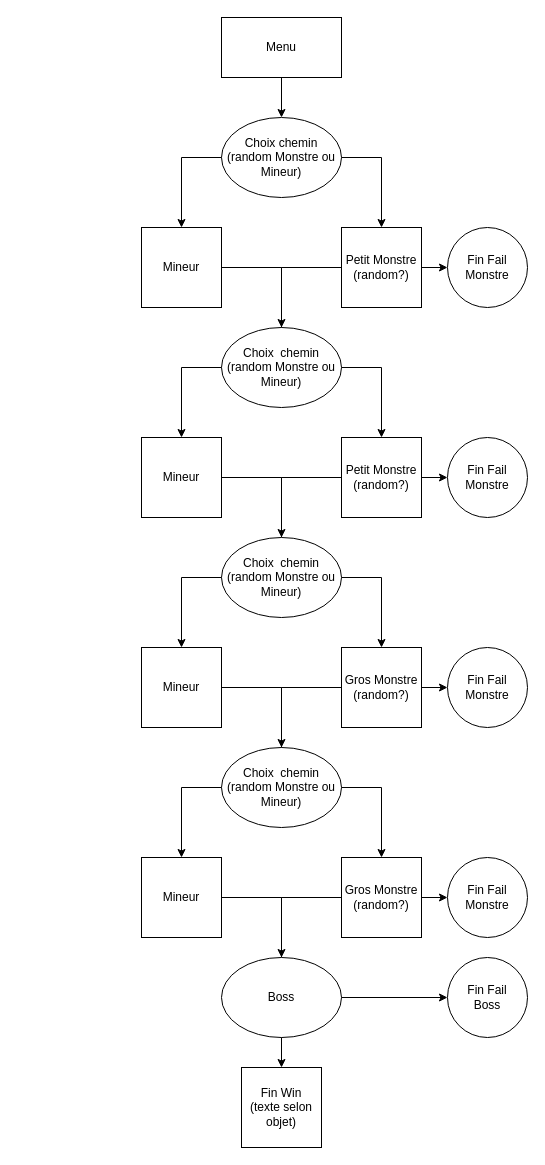
Hulgodoo/TheCave keeps this draw.io diagram as TheCave.drawio. Above is the earlier version. Source tidied: cells renumbered, new cells numbered last; positions are measured from the earlier drawing's top-left corner, leaving out a move shared by most shapes. Both pictures are drawn from the tidied source at 100%, with x=0, y=0 at pixel (141, 17).
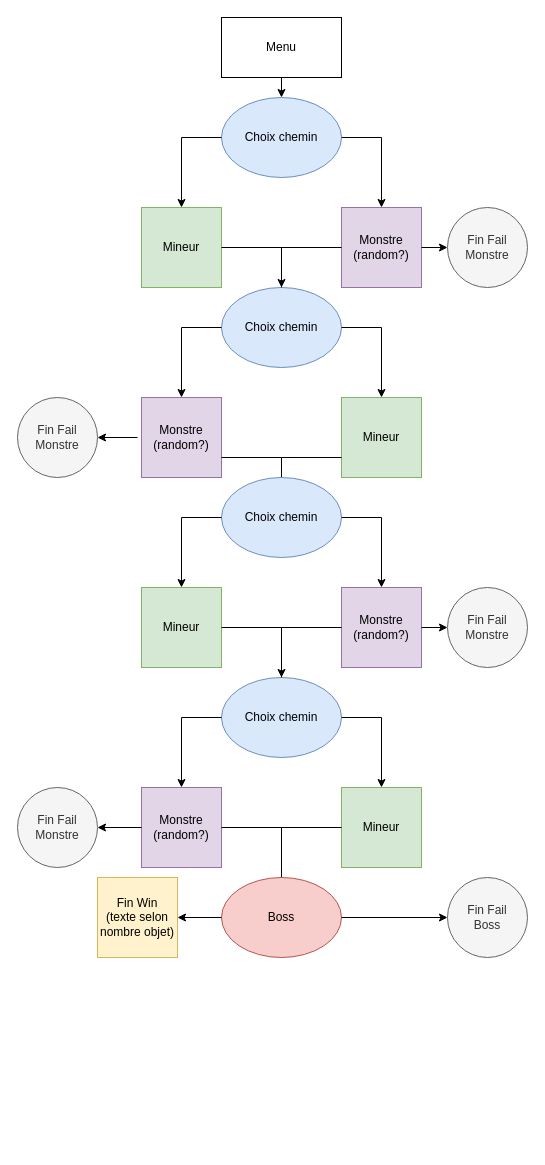
Above is the later version.

Commit message (it also covers changes not shown here):
fix du bouton du mineur

Change to the diagram source:
```diff
@@
-    <mxCell id="2" value="Menu" style="rounded=0;whiteSpace=wrap;html=1;" parent="1" vertex="1">
+    <mxCell id="2" value="Menu" style="rounded=0;whiteSpace=wrap;html=1;direction=east;" parent="1" vertex="1">
       <mxGeometry x="80" width="120" height="60" as="geometry" />
     </mxCell>
-    <mxCell id="3" value="Choix chemin&lt;br&gt;(random Monstre ou Mineur)" style="ellipse;whiteSpace=wrap;html=1;" parent="1" vertex="1">
-      <mxGeometry x="80" y="100" width="120" height="80" as="geometry" />
+    <mxCell id="3" value="Choix chemin" style="ellipse;whiteSpace=wrap;html=1;fillColor=#dae8fc;strokeColor=#6c8ebf;direction=east;" parent="1" vertex="1">
+      <mxGeometry x="80" y="80" width="120" height="80" as="geometry" />
     </mxCell>
-    <mxCell id="4" value="Mineur" style="whiteSpace=wrap;html=1;" parent="1" vertex="1">
-      <mxGeometry y="210" width="80" height="80" as="geometry" />
+    <mxCell id="4" value="Mineur" style="whiteSpace=wrap;html=1;fillColor=#d5e8d4;strokeColor=#82b366;direction=east;" parent="1" vertex="1">
+      <mxGeometry y="190" width="80" height="80" as="geometry" />
     </mxCell>
-    <mxCell id="5" value="Petit Monstre (random?)" style="whiteSpace=wrap;html=1;" parent="1" vertex="1">
-      <mxGeometry x="200" y="210" width="80" height="80" as="geometry" />
+    <mxCell id="5" value="Monstre (random?)" style="whiteSpace=wrap;html=1;fillColor=#e1d5e7;strokeColor=#9673a6;direction=east;" parent="1" vertex="1">
+      <mxGeometry x="200" y="190" width="80" height="80" as="geometry" />
     </mxCell>
-    <mxCell id="6" style="endArrow=classic;html=1;rounded=0;exitX=0.5;exitY=1;exitDx=0;exitDy=0;entryX=0.5;entryY=0;entryDx=0;entryDy=0;" parent="1" edge="1" source="2" target="3">
-      <mxGeometry relative="1" as="geometry" />
+    <mxCell id="6" style="endArrow=classic;html=1;rounded=0;entryX=0.5;entryY=0;entryDx=0;entryDy=0;exitX=0.5;exitY=0;exitDx=0;exitDy=0;" parent="1" edge="1" target="3">
+      <mxGeometry relative="1" as="geometry">
+        <mxPoint x="140" y="60" as="sourcePoint" />
+      </mxGeometry>
     </mxCell>
     <mxCell id="7" style="endArrow=classic;html=1;rounded=0;exitX=0;exitY=0.5;exitDx=0;exitDy=0;entryX=0.5;entryY=0;entryDx=0;entryDy=0;" parent="1" edge="1" source="3" target="4">
       <mxGeometry relative="1" as="geometry">
         <Array as="points">
-          <mxPoint x="40" y="140" />
+          <mxPoint x="40" y="120" />
         </Array>
       </mxGeometry>
     </mxCell>
     <mxCell id="8" style="endArrow=classic;html=1;rounded=0;exitX=1;exitY=0.5;exitDx=0;exitDy=0;entryX=0.5;entryY=0;entryDx=0;entryDy=0;" parent="1" edge="1" source="3" target="5">
       <mxGeometry relative="1" as="geometry">
         <Array as="points">
-          <mxPoint x="240" y="140" />
+          <mxPoint x="240" y="120" />
         </Array>
       </mxGeometry>
     </mxCell>
-    <mxCell id="9" value="Choix&amp;nbsp;&amp;nbsp;chemin&lt;br&gt;(random Monstre ou Mineur)" style="ellipse;whiteSpace=wrap;html=1;" parent="1" vertex="1">
-      <mxGeometry x="80" y="310" width="120" height="80" as="geometry" />
+    <mxCell id="9" value="Choix chemin" style="ellipse;whiteSpace=wrap;html=1;fillColor=#dae8fc;strokeColor=#6c8ebf;direction=east;" parent="1" vertex="1">
+      <mxGeometry x="80" y="270" width="120" height="80" as="geometry" />
     </mxCell>
-    <mxCell id="10" value="Mineur" style="whiteSpace=wrap;html=1;" parent="1" vertex="1">
-      <mxGeometry y="420" width="80" height="80" as="geometry" />
+    <mxCell id="10" value="Mineur" style="whiteSpace=wrap;html=1;fillColor=#d5e8d4;strokeColor=#82b366;direction=east;" parent="1" vertex="1">
+      <mxGeometry x="200" y="380" width="80" height="80" as="geometry" />
     </mxCell>
-    <mxCell id="11" value="Petit Monstre (random?)" style="whiteSpace=wrap;html=1;" parent="1" vertex="1">
-      <mxGeometry x="200" y="420" width="80" height="80" as="geometry" />
+    <mxCell id="11" value="Monstre (random?)" style="whiteSpace=wrap;html=1;fillColor=#e1d5e7;strokeColor=#9673a6;direction=east;" parent="1" vertex="1">
+      <mxGeometry y="380" width="80" height="80" as="geometry" />
     </mxCell>
-    <mxCell id="12" style="endArrow=classic;html=1;rounded=0;exitX=0;exitY=0.5;exitDx=0;exitDy=0;entryX=0.5;entryY=0;entryDx=0;entryDy=0;" parent="1" edge="1" source="9" target="10">
-      <mxGeometry relative="1" as="geometry">
-        <Array as="points">
-          <mxPoint x="40" y="350" />
-        </Array>
-      </mxGeometry>
-    </mxCell>
-    <mxCell id="13" style="endArrow=classic;html=1;rounded=0;exitX=1;exitY=0.5;exitDx=0;exitDy=0;entryX=0.5;entryY=0;entryDx=0;entryDy=0;" parent="1" edge="1" source="9" target="11">
-      <mxGeometry relative="1" as="geometry">
-        <Array as="points">
-          <mxPoint x="240" y="350" />
-        </Array>
-      </mxGeometry>
-    </mxCell>
     <mxCell id="14" style="endArrow=classic;html=1;rounded=0;exitX=1;exitY=0.5;exitDx=0;exitDy=0;entryX=0.5;entryY=0;entryDx=0;entryDy=0;" parent="1" edge="1" source="4" target="9">
       <mxGeometry relative="1" as="geometry">
         <Array as="points">
-          <mxPoint x="140" y="250" />
+          <mxPoint x="140" y="230" />
         </Array>
       </mxGeometry>
     </mxCell>
-    <mxCell id="15" style="endArrow=none;html=1;rounded=0;exitX=0.5;exitY=0;exitDx=0;exitDy=0;entryX=0;entryY=0.5;entryDx=0;entryDy=0;" parent="1" edge="1" source="9" target="5">
+    <mxCell id="15" style="endArrow=none;html=1;rounded=0;entryX=0;entryY=0.5;entryDx=0;entryDy=0;exitX=0;exitY=0.5;exitDx=0;exitDy=0;" parent="1" edge="1" target="5">
       <mxGeometry relative="1" as="geometry">
+        <mxPoint x="140" y="270" as="sourcePoint" />
         <Array as="points">
-          <mxPoint x="140" y="250" />
+          <mxPoint x="140" y="230" />
         </Array>
       </mxGeometry>
     </mxCell>
     <mxCell id="16" style="endArrow=classic;html=1;rounded=0;exitX=1;exitY=0.5;exitDx=0;exitDy=0;entryX=0.5;entryY=0;entryDx=0;entryDy=0;" parent="1" edge="1">
       <mxGeometry relative="1" as="geometry">
-        <mxPoint x="80" y="460" as="sourcePoint" />
-        <mxPoint x="140" y="520" as="targetPoint" />
+        <mxPoint x="80" y="440" as="sourcePoint" />
+        <mxPoint x="140" y="500" as="targetPoint" />
         <Array as="points">
-          <mxPoint x="140" y="460" />
+          <mxPoint x="140" y="440" />
         </Array>
       </mxGeometry>
     </mxCell>
-    <mxCell id="17" style="endArrow=none;html=1;rounded=0;exitX=0.5;exitY=0;exitDx=0;exitDy=0;entryX=0;entryY=0.5;entryDx=0;entryDy=0;" parent="1" edge="1">
+    <mxCell id="17" style="endArrow=none;html=1;rounded=0;exitX=0.5;exitY=0;exitDx=0;exitDy=0;entryX=0.5;entryY=0;entryDx=0;entryDy=0;" parent="1" edge="1" source="18">
       <mxGeometry relative="1" as="geometry">
-        <mxPoint x="140" y="520" as="sourcePoint" />
-        <mxPoint x="200" y="460" as="targetPoint" />
+        <mxPoint x="200" y="440" as="targetPoint" />
         <Array as="points">
-          <mxPoint x="140" y="460" />
+          <mxPoint x="140" y="440" />
         </Array>
       </mxGeometry>
     </mxCell>
-    <mxCell id="18" value="Choix&amp;nbsp;&amp;nbsp;chemin&lt;br&gt;(random Monstre ou Mineur)" style="ellipse;whiteSpace=wrap;html=1;" parent="1" vertex="1">
-      <mxGeometry x="80" y="520" width="120" height="80" as="geometry" />
+    <mxCell id="18" value="Choix chemin" style="ellipse;whiteSpace=wrap;html=1;fillColor=#dae8fc;strokeColor=#6c8ebf;direction=east;" parent="1" vertex="1">
+      <mxGeometry x="80" y="460" width="120" height="80" as="geometry" />
     </mxCell>
-    <mxCell id="19" value="Mineur" style="whiteSpace=wrap;html=1;" parent="1" vertex="1">
-      <mxGeometry y="630" width="80" height="80" as="geometry" />
+    <mxCell id="19" value="Mineur" style="whiteSpace=wrap;html=1;fillColor=#d5e8d4;strokeColor=#82b366;direction=east;" parent="1" vertex="1">
+      <mxGeometry y="570" width="80" height="80" as="geometry" />
     </mxCell>
-    <mxCell id="20" value="Gros Monstre (random?)" style="whiteSpace=wrap;html=1;" parent="1" vertex="1">
-      <mxGeometry x="200" y="630" width="80" height="80" as="geometry" />
+    <mxCell id="20" value="Monstre (random?)" style="whiteSpace=wrap;html=1;fillColor=#e1d5e7;strokeColor=#9673a6;direction=east;" parent="1" vertex="1">
+      <mxGeometry x="200" y="570" width="80" height="80" as="geometry" />
     </mxCell>
     <mxCell id="21" style="endArrow=classic;html=1;rounded=0;exitX=0;exitY=0.5;exitDx=0;exitDy=0;entryX=0.5;entryY=0;entryDx=0;entryDy=0;" parent="1" edge="1" source="18" target="19">
       <mxGeometry relative="1" as="geometry">
         <Array as="points">
-          <mxPoint x="40" y="560" />
+          <mxPoint x="40" y="500" />
         </Array>
       </mxGeometry>
     </mxCell>
     <mxCell id="22" style="endArrow=classic;html=1;rounded=0;exitX=1;exitY=0.5;exitDx=0;exitDy=0;entryX=0.5;entryY=0;entryDx=0;entryDy=0;" parent="1" edge="1" source="18" target="20">
       <mxGeometry relative="1" as="geometry">
         <Array as="points">
-          <mxPoint x="240" y="560" />
+          <mxPoint x="240" y="500" />
         </Array>
       </mxGeometry>
     </mxCell>
-    <mxCell id="23" value="Choix&amp;nbsp;&amp;nbsp;chemin&lt;br&gt;(random Monstre ou Mineur)" style="ellipse;whiteSpace=wrap;html=1;" parent="1" vertex="1">
-      <mxGeometry x="80" y="730" width="120" height="80" as="geometry" />
+    <mxCell id="23" value="Choix chemin" style="ellipse;whiteSpace=wrap;html=1;fillColor=#dae8fc;strokeColor=#6c8ebf;direction=east;" parent="1" vertex="1">
+      <mxGeometry x="80" y="660" width="120" height="80" as="geometry" />
     </mxCell>
-    <mxCell id="24" value="Mineur" style="whiteSpace=wrap;html=1;" parent="1" vertex="1">
-      <mxGeometry y="840" width="80" height="80" as="geometry" />
+    <mxCell id="24" value="Mineur" style="whiteSpace=wrap;html=1;fillColor=#d5e8d4;strokeColor=#82b366;direction=east;" parent="1" vertex="1">
+      <mxGeometry x="200" y="770" width="80" height="80" as="geometry" />
     </mxCell>
-    <mxCell id="25" value="Gros Monstre (random?)" style="whiteSpace=wrap;html=1;" parent="1" vertex="1">
-      <mxGeometry x="200" y="840" width="80" height="80" as="geometry" />
+    <mxCell id="25" value="Monstre (random?)" style="whiteSpace=wrap;html=1;fillColor=#e1d5e7;strokeColor=#9673a6;direction=east;" parent="1" vertex="1">
+      <mxGeometry y="770" width="80" height="80" as="geometry" />
     </mxCell>
-    <mxCell id="26" style="endArrow=classic;html=1;rounded=0;exitX=0;exitY=0.5;exitDx=0;exitDy=0;entryX=0.5;entryY=0;entryDx=0;entryDy=0;" parent="1" edge="1" source="23" target="24">
-      <mxGeometry relative="1" as="geometry">
-        <Array as="points">
-          <mxPoint x="40" y="770" />
-        </Array>
-      </mxGeometry>
-    </mxCell>
-    <mxCell id="27" style="endArrow=classic;html=1;rounded=0;exitX=1;exitY=0.5;exitDx=0;exitDy=0;entryX=0.5;entryY=0;entryDx=0;entryDy=0;" parent="1" edge="1" source="23" target="25">
-      <mxGeometry relative="1" as="geometry">
-        <Array as="points">
-          <mxPoint x="240" y="770" />
-        </Array>
-      </mxGeometry>
-    </mxCell>
     <mxCell id="28" style="endArrow=classic;html=1;rounded=0;exitX=1;exitY=0.5;exitDx=0;exitDy=0;entryX=0.5;entryY=0;entryDx=0;entryDy=0;" parent="1" edge="1" source="19" target="23">
       <mxGeometry relative="1" as="geometry">
         <Array as="points">
-          <mxPoint x="140" y="670" />
+          <mxPoint x="140" y="610" />
+          <mxPoint x="140" y="650" />
         </Array>
       </mxGeometry>
     </mxCell>
     <mxCell id="29" style="endArrow=none;html=1;rounded=0;exitX=0.5;exitY=0;exitDx=0;exitDy=0;entryX=0;entryY=0.5;entryDx=0;entryDy=0;" parent="1" edge="1" source="23" target="20">
       <mxGeometry relative="1" as="geometry">
         <Array as="points">
-          <mxPoint x="140" y="670" />
+          <mxPoint x="140" y="610" />
         </Array>
       </mxGeometry>
     </mxCell>
     <mxCell id="30" style="endArrow=classic;html=1;rounded=0;exitX=1;exitY=0.5;exitDx=0;exitDy=0;entryX=0.5;entryY=0;entryDx=0;entryDy=0;" parent="1" edge="1">
       <mxGeometry relative="1" as="geometry">
-        <mxPoint x="80" y="880" as="sourcePoint" />
-        <mxPoint x="140" y="940" as="targetPoint" />
+        <mxPoint x="80" y="810" as="sourcePoint" />
+        <mxPoint x="140" y="870" as="targetPoint" />
         <Array as="points">
-          <mxPoint x="140" y="880" />
+          <mxPoint x="140" y="810" />
         </Array>
       </mxGeometry>
     </mxCell>
-    <mxCell id="31" style="endArrow=none;html=1;rounded=0;exitX=0.5;exitY=0;exitDx=0;exitDy=0;entryX=0;entryY=0.5;entryDx=0;entryDy=0;" parent="1" edge="1">
+    <mxCell id="31" style="endArrow=none;html=1;rounded=0;exitX=0.5;exitY=0;exitDx=0;exitDy=0;entryX=0.5;entryY=0;entryDx=0;entryDy=0;" parent="1" edge="1" source="32">
       <mxGeometry relative="1" as="geometry">
-        <mxPoint x="140" y="940" as="sourcePoint" />
-        <mxPoint x="200" y="880" as="targetPoint" />
+        <mxPoint x="200" y="810" as="targetPoint" />
         <Array as="points">
-          <mxPoint x="140" y="880" />
+          <mxPoint x="140" y="810" />
         </Array>
       </mxGeometry>
     </mxCell>
-    <mxCell id="32" value="Boss" style="ellipse;whiteSpace=wrap;html=1;" parent="1" vertex="1">
-      <mxGeometry x="80" y="940" width="120" height="80" as="geometry" />
+    <mxCell id="32" value="Boss" style="ellipse;whiteSpace=wrap;html=1;fillColor=#f8cecc;strokeColor=#b85450;direction=east;" parent="1" vertex="1">
+      <mxGeometry x="80" y="860" width="120" height="80" as="geometry" />
     </mxCell>
-    <mxCell id="33" value="Fin Win&lt;br&gt;(texte selon objet)" style="whiteSpace=wrap;html=1;" parent="1" vertex="1">
-      <mxGeometry x="100" y="1050" width="80" height="80" as="geometry" />
+    <mxCell id="33" value="Fin Win&lt;br&gt;(texte selon nombre objet)" style="whiteSpace=wrap;html=1;fillColor=#fff2cc;strokeColor=#d6b656;direction=east;" parent="1" vertex="1">
+      <mxGeometry x="-44" y="860" width="80" height="80" as="geometry" />
     </mxCell>
-    <mxCell id="34" value="Fin Fail&lt;br&gt;Boss" style="ellipse;whiteSpace=wrap;html=1;" parent="1" vertex="1">
-      <mxGeometry x="306" y="940" width="80" height="80" as="geometry" />
+    <mxCell id="34" value="Fin Fail&lt;br&gt;Boss" style="ellipse;whiteSpace=wrap;html=1;fillColor=#f5f5f5;fontColor=#333333;strokeColor=#666666;direction=east;" parent="1" vertex="1">
+      <mxGeometry x="306" y="860" width="80" height="80" as="geometry" />
     </mxCell>
-    <mxCell id="35" value="Fin Fail&lt;br&gt;Monstre" style="ellipse;whiteSpace=wrap;html=1;" parent="1" vertex="1">
-      <mxGeometry x="306" y="840" width="80" height="80" as="geometry" />
+    <mxCell id="35" value="Fin Fail&lt;br&gt;Monstre" style="ellipse;whiteSpace=wrap;html=1;fillColor=#f5f5f5;fontColor=#333333;strokeColor=#666666;direction=east;" parent="1" vertex="1">
+      <mxGeometry x="-124" y="770" width="80" height="80" as="geometry" />
     </mxCell>
-    <mxCell id="36" value="Fin Fail&lt;br&gt;Monstre" style="ellipse;whiteSpace=wrap;html=1;" parent="1" vertex="1">
-      <mxGeometry x="306" y="630" width="80" height="80" as="geometry" />
+    <mxCell id="36" value="Fin Fail&lt;br&gt;Monstre" style="ellipse;whiteSpace=wrap;html=1;fillColor=#f5f5f5;fontColor=#333333;strokeColor=#666666;direction=east;" parent="1" vertex="1">
+      <mxGeometry x="306" y="570" width="80" height="80" as="geometry" />
     </mxCell>
-    <mxCell id="37" value="Fin Fail&lt;br&gt;Monstre" style="ellipse;whiteSpace=wrap;html=1;" parent="1" vertex="1">
-      <mxGeometry x="306" y="420" width="80" height="80" as="geometry" />
+    <mxCell id="37" value="Fin Fail&lt;br&gt;Monstre" style="ellipse;whiteSpace=wrap;html=1;fillColor=#f5f5f5;fontColor=#333333;strokeColor=#666666;direction=east;" parent="1" vertex="1">
+      <mxGeometry x="-124" y="380" width="80" height="80" as="geometry" />
     </mxCell>
-    <mxCell id="38" style="endArrow=classic;html=1;rounded=0;exitX=0.5;exitY=1;exitDx=0;exitDy=0;entryX=0.5;entryY=0;entryDx=0;entryDy=0;" parent="1" edge="1" source="32" target="33">
+    <mxCell id="38" style="endArrow=classic;html=1;rounded=0;exitX=0;exitY=0.5;exitDx=0;exitDy=0;entryX=1;entryY=0.5;entryDx=0;entryDy=0;" parent="1" edge="1" source="32" target="33">
       <mxGeometry relative="1" as="geometry" />
     </mxCell>
@@
-    <mxCell id="40" style="endArrow=classic;html=1;rounded=0;exitX=1;exitY=0.5;exitDx=0;exitDy=0;entryX=0;entryY=0.5;entryDx=0;entryDy=0;" parent="1" edge="1" source="25" target="35">
-      <mxGeometry relative="1" as="geometry" />
+    <mxCell id="40" style="endArrow=classic;html=1;rounded=0;exitX=0;exitY=0.5;exitDx=0;exitDy=0;entryX=0;entryY=0.5;entryDx=0;entryDy=0;" parent="1" edge="1" source="25">
+      <mxGeometry relative="1" as="geometry">
+        <mxPoint x="-44" y="810" as="targetPoint" />
+      </mxGeometry>
     </mxCell>
@@
-    <mxCell id="42" style="endArrow=classic;html=1;rounded=0;exitX=1;exitY=0.5;exitDx=0;exitDy=0;entryX=0;entryY=0.5;entryDx=0;entryDy=0;" parent="1" edge="1" source="11" target="37">
-      <mxGeometry relative="1" as="geometry" />
+    <mxCell id="42" style="endArrow=classic;html=1;rounded=0;" parent="1" edge="1">
+      <mxGeometry relative="1" as="geometry">
+        <mxPoint x="-4" y="420" as="sourcePoint" />
+        <mxPoint x="-44" y="420" as="targetPoint" />
+      </mxGeometry>
     </mxCell>
-    <mxCell id="43" value="Fin Fail&lt;br&gt;Monstre" style="ellipse;whiteSpace=wrap;html=1;" parent="1" vertex="1">
-      <mxGeometry x="306" y="210" width="80" height="80" as="geometry" />
+    <mxCell id="43" value="Fin Fail&lt;br&gt;Monstre" style="ellipse;whiteSpace=wrap;html=1;fillColor=#f5f5f5;fontColor=#333333;strokeColor=#666666;direction=east;" parent="1" vertex="1">
+      <mxGeometry x="306" y="190" width="80" height="80" as="geometry" />
     </mxCell>
-    <mxCell id="44" style="endArrow=classic;html=1;rounded=0;exitX=1;exitY=0.5;exitDx=0;exitDy=0;entryX=0;entryY=0.5;entryDx=0;entryDy=0;" parent="1" edge="1" target="43">
+    <mxCell id="44" style="endArrow=classic;html=1;rounded=0;exitX=0;exitY=0.5;exitDx=0;exitDy=0;entryX=0;entryY=0.5;entryDx=0;entryDy=0;" parent="1" edge="1" target="43">
       <mxGeometry relative="1" as="geometry">
-        <mxPoint x="280" y="250" as="sourcePoint" />
+        <mxPoint x="280" y="230" as="sourcePoint" />
       </mxGeometry>
     </mxCell>
+    <mxCell id="26" style="endArrow=classic;html=1;rounded=0;entryX=0.5;entryY=0;entryDx=0;entryDy=0;exitX=1;exitY=0.5;exitDx=0;exitDy=0;" parent="1" edge="1" source="23" target="24">
+      <mxGeometry relative="1" as="geometry">
+        <Array as="points">
+          <mxPoint x="240" y="700" />
+        </Array>
+      </mxGeometry>
+    </mxCell>
+    <mxCell id="27" style="endArrow=classic;html=1;rounded=0;exitX=0;exitY=0.5;exitDx=0;exitDy=0;entryX=0.5;entryY=0;entryDx=0;entryDy=0;" parent="1" edge="1" source="23" target="25">
+      <mxGeometry relative="1" as="geometry">
+        <Array as="points">
+          <mxPoint x="40" y="700" />
+        </Array>
+      </mxGeometry>
+    </mxCell>
+    <mxCell id="12" style="endArrow=classic;html=1;rounded=0;exitX=1;exitY=0.5;exitDx=0;exitDy=0;entryX=0.5;entryY=0;entryDx=0;entryDy=0;" parent="1" edge="1" source="9" target="10">
+      <mxGeometry relative="1" as="geometry">
+        <Array as="points">
+          <mxPoint x="240" y="310" />
+        </Array>
+      </mxGeometry>
+    </mxCell>
+    <mxCell id="13" style="endArrow=classic;html=1;rounded=0;exitX=0;exitY=0.5;exitDx=0;exitDy=0;entryX=0.5;entryY=0;entryDx=0;entryDy=0;" parent="1" edge="1" source="9" target="11">
+      <mxGeometry relative="1" as="geometry">
+        <Array as="points">
+          <mxPoint x="40" y="310" />
+        </Array>
+      </mxGeometry>
+    </mxCell>
```
